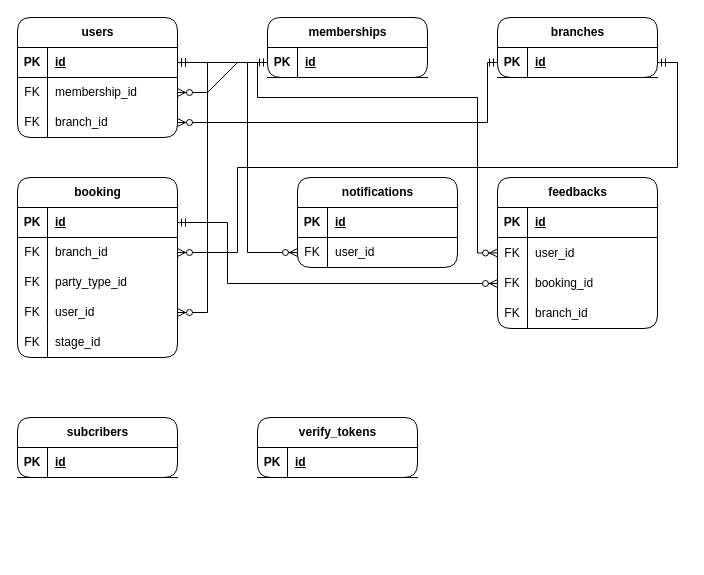
Earlier version of the draw.io diagram page "ERD-L1.1 - USER" (6 of 8) of Joie Palace.drawio (HongSon04/ERD-Joie-Palace). Source tidied: cells renumbered, new cells numbered last; positions are measured from the earlier drawing's top-left corner, leaving out a move shared by most shapes. Both pictures are drawn from the tidied source at 100%, with x=0, y=0 at pixel (17, 17).
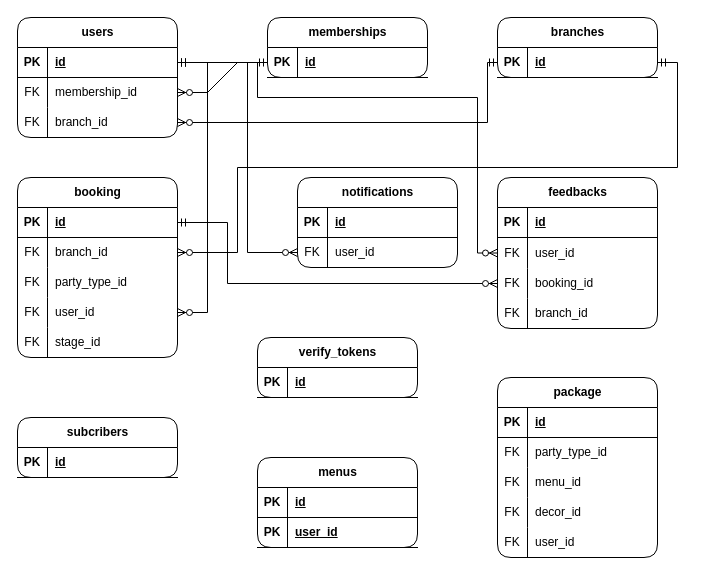
After the change.

Change to the diagram source:
```diff
@@
     <mxCell id="63" value="verify_tokens" style="shape=table;startSize=30;childLayout=tableLayout;rowLines=0;fontStyle=1;align=center;html=1;rounded=1;" parent="1" vertex="1">
-      <mxGeometry x="240" y="400" width="160" height="60" as="geometry" />
+      <mxGeometry x="240" y="320" width="160" height="60" as="geometry" />
     </mxCell>
@@
+    <mxCell id="71" value="package" style="shape=table;startSize=30;childLayout=tableLayout;rowLines=0;fontStyle=1;align=center;html=1;rounded=1;" parent="1" vertex="1">
+      <mxGeometry x="480" y="360" width="160" height="180" as="geometry" />
+    </mxCell>
+    <mxCell id="72" style="shape=tableRow;horizontal=0;startSize=0;swimlaneHead=0;swimlaneBody=0;fillColor=none;top=0;left=0;right=0;bottom=1;" parent="71" vertex="1">
+      <mxGeometry y="30" width="160" height="30" as="geometry" />
+    </mxCell>
+    <mxCell id="73" value="PK" style="shape=partialRectangle;fillColor=none;top=0;left=0;bottom=0;right=0;fontStyle=1;overflow=hidden;whiteSpace=wrap;html=1;" parent="72" vertex="1">
+      <mxGeometry width="30" height="30" as="geometry" />
+    </mxCell>
+    <mxCell id="74" value="id" style="shape=partialRectangle;fillColor=none;top=0;left=0;bottom=0;right=0;align=left;spacingLeft=6;fontStyle=5;overflow=hidden;whiteSpace=wrap;html=1;" parent="72" vertex="1">
+      <mxGeometry x="30" width="130" height="30" as="geometry" />
+    </mxCell>
+    <mxCell id="75" style="shape=tableRow;horizontal=0;startSize=0;swimlaneHead=0;swimlaneBody=0;fillColor=none;top=0;left=0;right=0;bottom=0;" parent="71" vertex="1">
+      <mxGeometry y="60" width="160" height="30" as="geometry" />
+    </mxCell>
+    <mxCell id="76" value="FK" style="shape=partialRectangle;fillColor=none;top=0;left=0;bottom=0;right=0;overflow=hidden;whiteSpace=wrap;html=1;" parent="75" vertex="1">
+      <mxGeometry width="30" height="30" as="geometry" />
+    </mxCell>
+    <mxCell id="77" value="party_type_id" style="shape=partialRectangle;fillColor=none;top=0;left=0;bottom=0;right=0;align=left;spacingLeft=6;overflow=hidden;whiteSpace=wrap;html=1;" parent="75" vertex="1">
+      <mxGeometry x="30" width="130" height="30" as="geometry" />
+    </mxCell>
+    <mxCell id="78" style="shape=tableRow;horizontal=0;startSize=0;swimlaneHead=0;swimlaneBody=0;fillColor=none;top=0;left=0;right=0;bottom=0;" parent="71" vertex="1">
+      <mxGeometry y="90" width="160" height="30" as="geometry" />
+    </mxCell>
+    <mxCell id="79" value="FK" style="shape=partialRectangle;fillColor=none;top=0;left=0;bottom=0;right=0;overflow=hidden;whiteSpace=wrap;html=1;" parent="78" vertex="1">
+      <mxGeometry width="30" height="30" as="geometry" />
+    </mxCell>
+    <mxCell id="80" value="menu_id" style="shape=partialRectangle;fillColor=none;top=0;left=0;bottom=0;right=0;align=left;spacingLeft=6;overflow=hidden;whiteSpace=wrap;html=1;" parent="78" vertex="1">
+      <mxGeometry x="30" width="130" height="30" as="geometry" />
+    </mxCell>
+    <mxCell id="81" style="shape=tableRow;horizontal=0;startSize=0;swimlaneHead=0;swimlaneBody=0;fillColor=none;top=0;left=0;right=0;bottom=0;" parent="71" vertex="1">
+      <mxGeometry y="120" width="160" height="30" as="geometry" />
+    </mxCell>
+    <mxCell id="82" value="FK" style="shape=partialRectangle;fillColor=none;top=0;left=0;bottom=0;right=0;overflow=hidden;whiteSpace=wrap;html=1;" parent="81" vertex="1">
+      <mxGeometry width="30" height="30" as="geometry" />
+    </mxCell>
+    <mxCell id="83" value="decor_id" style="shape=partialRectangle;fillColor=none;top=0;left=0;bottom=0;right=0;align=left;spacingLeft=6;overflow=hidden;whiteSpace=wrap;html=1;" parent="81" vertex="1">
+      <mxGeometry x="30" width="130" height="30" as="geometry" />
+    </mxCell>
+    <mxCell id="84" style="shape=tableRow;horizontal=0;startSize=0;swimlaneHead=0;swimlaneBody=0;fillColor=none;top=0;left=0;right=0;bottom=0;" parent="71" vertex="1">
+      <mxGeometry y="150" width="160" height="30" as="geometry" />
+    </mxCell>
+    <mxCell id="85" value="FK" style="shape=partialRectangle;fillColor=none;top=0;left=0;bottom=0;right=0;overflow=hidden;whiteSpace=wrap;html=1;" parent="84" vertex="1">
+      <mxGeometry width="30" height="30" as="geometry" />
+    </mxCell>
+    <mxCell id="86" value="user_id" style="shape=partialRectangle;fillColor=none;top=0;left=0;bottom=0;right=0;align=left;spacingLeft=6;overflow=hidden;whiteSpace=wrap;html=1;" parent="84" vertex="1">
+      <mxGeometry x="30" width="130" height="30" as="geometry" />
+    </mxCell>
+    <mxCell id="87" value="menus" style="shape=table;startSize=30;childLayout=tableLayout;rowLines=0;fontStyle=1;align=center;html=1;rounded=1;" parent="1" vertex="1">
+      <mxGeometry x="240" y="440" width="160" height="90" as="geometry" />
+    </mxCell>
+    <mxCell id="88" style="shape=tableRow;horizontal=0;startSize=0;swimlaneHead=0;swimlaneBody=0;fillColor=none;top=0;left=0;right=0;bottom=1;" parent="87" vertex="1">
+      <mxGeometry y="30" width="160" height="30" as="geometry" />
+    </mxCell>
+    <mxCell id="89" value="PK" style="shape=partialRectangle;fillColor=none;top=0;left=0;bottom=0;right=0;fontStyle=1;overflow=hidden;whiteSpace=wrap;html=1;" parent="88" vertex="1">
+      <mxGeometry width="30" height="30" as="geometry" />
+    </mxCell>
+    <mxCell id="90" value="id" style="shape=partialRectangle;fillColor=none;top=0;left=0;bottom=0;right=0;align=left;spacingLeft=6;fontStyle=5;overflow=hidden;whiteSpace=wrap;html=1;" parent="88" vertex="1">
+      <mxGeometry x="30" width="130" height="30" as="geometry" />
+    </mxCell>
+    <mxCell id="91" style="shape=tableRow;horizontal=0;startSize=0;swimlaneHead=0;swimlaneBody=0;fillColor=none;top=0;left=0;right=0;bottom=1;" parent="87" vertex="1">
+      <mxGeometry y="60" width="160" height="30" as="geometry" />
+    </mxCell>
+    <mxCell id="92" value="PK" style="shape=partialRectangle;fillColor=none;top=0;left=0;bottom=0;right=0;fontStyle=1;overflow=hidden;whiteSpace=wrap;html=1;" parent="91" vertex="1">
+      <mxGeometry width="30" height="30" as="geometry" />
+    </mxCell>
+    <mxCell id="93" value="user_id" style="shape=partialRectangle;fillColor=none;top=0;left=0;bottom=0;right=0;align=left;spacingLeft=6;fontStyle=5;overflow=hidden;whiteSpace=wrap;html=1;" parent="91" vertex="1">
+      <mxGeometry x="30" width="130" height="30" as="geometry" />
+    </mxCell>
```
